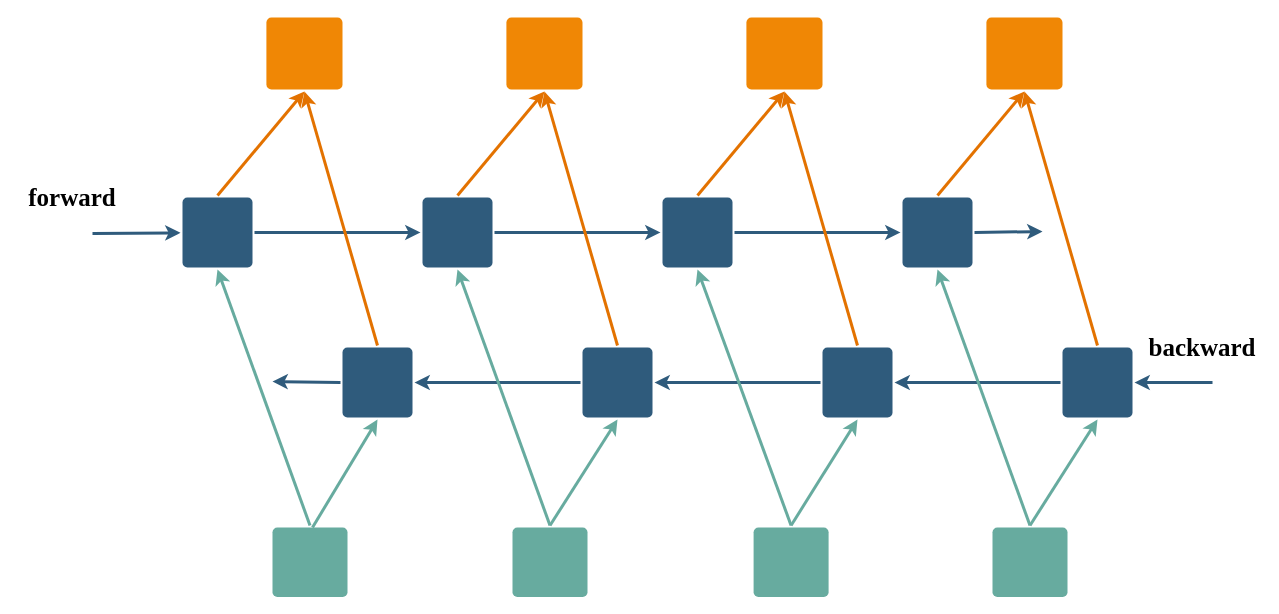
Earlier version of the draw.io diagram BiLSTM原理.drawio (yhx123hero/CyberspaceSecurity_NER). Source tidied: cells renumbered, new cells numbered last; positions are measured from the earlier drawing's top-left corner, leaving out a move shared by most shapes. Both pictures are drawn from the tidied source at 100%, with x=0, y=0 at pixel (22, 17).
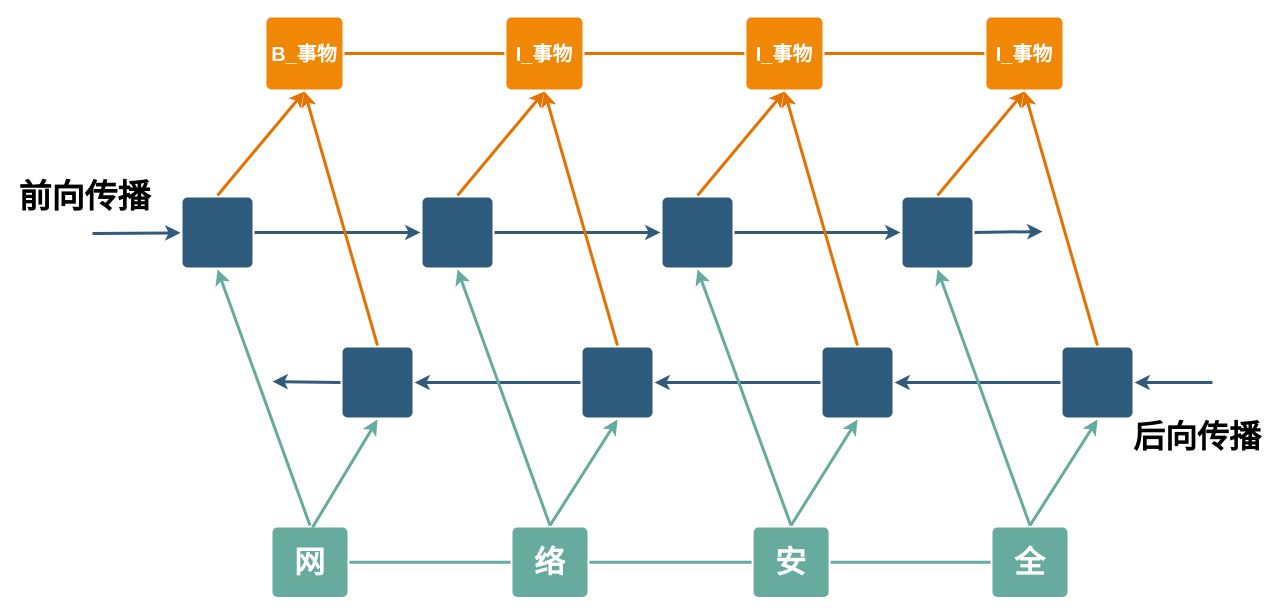
The same diagram, later.

Diff of the diagram source:
```diff
@@
-    <mxCell id="7" style="rounded=1;whiteSpace=wrap;html=1;shadow=0;labelBackgroundColor=none;strokeColor=none;strokeWidth=3;fontFamily=Helvetica;fontSize=14;fontColor=#FFFFFF;align=center;spacing=5;fontStyle=1;arcSize=7;perimeterSpacing=2;fillColor=#67AB9F;" parent="1" vertex="1">
+    <mxCell id="7" value="网" style="rounded=1;whiteSpace=wrap;html=1;shadow=0;labelBackgroundColor=none;strokeColor=none;strokeWidth=3;fontFamily=Helvetica;fontSize=31;fontColor=#FFFFFF;align=center;spacing=5;fontStyle=1;arcSize=7;perimeterSpacing=2;fillColor=#67AB9F;" parent="1" vertex="1">
       <mxGeometry x="250" y="510" width="75" height="69.5" as="geometry" />
     </mxCell>
-    <mxCell id="8" style="rounded=1;whiteSpace=wrap;html=1;shadow=0;labelBackgroundColor=none;strokeColor=none;strokeWidth=3;fillColor=#F08705;fontFamily=Helvetica;fontSize=14;fontColor=#FFFFFF;align=center;spacing=5;fontStyle=1;arcSize=7;perimeterSpacing=2;" parent="1" vertex="1">
+    <mxCell id="8" value="B_事物" style="rounded=1;whiteSpace=wrap;html=1;shadow=0;labelBackgroundColor=none;strokeColor=none;strokeWidth=3;fillColor=#F08705;fontFamily=Helvetica;fontSize=20;fontColor=#FFFFFF;align=center;spacing=5;fontStyle=1;arcSize=7;perimeterSpacing=2;" parent="1" vertex="1">
       <mxGeometry x="243.9" width="76.1" height="72" as="geometry" />
     </mxCell>
@@
-    <mxCell id="19" style="rounded=1;whiteSpace=wrap;html=1;shadow=0;labelBackgroundColor=none;strokeColor=none;strokeWidth=3;fillColor=#F08705;fontFamily=Helvetica;fontSize=14;fontColor=#FFFFFF;align=center;spacing=5;fontStyle=1;arcSize=7;perimeterSpacing=2;" parent="1" vertex="1">
+    <mxCell id="19" value="I_事物" style="rounded=1;whiteSpace=wrap;html=1;shadow=0;labelBackgroundColor=none;strokeColor=none;strokeWidth=3;fillColor=#F08705;fontFamily=Helvetica;fontSize=20;fontColor=#FFFFFF;align=center;spacing=5;fontStyle=1;arcSize=7;perimeterSpacing=2;" parent="1" vertex="1">
       <mxGeometry x="483.9" width="76.1" height="72" as="geometry" />
     </mxCell>
-    <mxCell id="20" style="rounded=1;whiteSpace=wrap;html=1;shadow=0;labelBackgroundColor=none;strokeColor=none;strokeWidth=3;fillColor=#F08705;fontFamily=Helvetica;fontSize=14;fontColor=#FFFFFF;align=center;spacing=5;fontStyle=1;arcSize=7;perimeterSpacing=2;" parent="1" vertex="1">
+    <mxCell id="20" value="I_事物" style="rounded=1;whiteSpace=wrap;html=1;shadow=0;labelBackgroundColor=none;strokeColor=none;strokeWidth=3;fillColor=#F08705;fontFamily=Helvetica;fontSize=20;fontColor=#FFFFFF;align=center;spacing=5;fontStyle=1;arcSize=7;perimeterSpacing=2;" parent="1" vertex="1">
       <mxGeometry x="723.9" width="76.1" height="72" as="geometry" />
     </mxCell>
-    <mxCell id="21" style="rounded=1;whiteSpace=wrap;html=1;shadow=0;labelBackgroundColor=none;strokeColor=none;strokeWidth=3;fillColor=#F08705;fontFamily=Helvetica;fontSize=14;fontColor=#FFFFFF;align=center;spacing=5;fontStyle=1;arcSize=7;perimeterSpacing=2;" parent="1" vertex="1">
+    <mxCell id="21" value="I_事物" style="rounded=1;whiteSpace=wrap;html=1;shadow=0;labelBackgroundColor=none;strokeColor=none;strokeWidth=3;fillColor=#F08705;fontFamily=Helvetica;fontSize=20;fontColor=#FFFFFF;align=center;spacing=5;fontStyle=1;arcSize=7;perimeterSpacing=2;" parent="1" vertex="1">
       <mxGeometry x="963.9" width="76.1" height="72" as="geometry" />
     </mxCell>
-    <mxCell id="22" style="rounded=1;whiteSpace=wrap;html=1;shadow=0;labelBackgroundColor=none;strokeColor=none;strokeWidth=3;fontFamily=Helvetica;fontSize=14;fontColor=#FFFFFF;align=center;spacing=5;fontStyle=1;arcSize=7;perimeterSpacing=2;fillColor=#67AB9F;" parent="1" vertex="1">
+    <mxCell id="22" value="络" style="rounded=1;whiteSpace=wrap;html=1;shadow=0;labelBackgroundColor=none;strokeColor=none;strokeWidth=3;fontFamily=Helvetica;fontSize=31;fontColor=#FFFFFF;align=center;spacing=5;fontStyle=1;arcSize=7;perimeterSpacing=2;fillColor=#67AB9F;" parent="1" vertex="1">
       <mxGeometry x="490" y="510" width="75" height="69.5" as="geometry" />
     </mxCell>
-    <mxCell id="23" style="rounded=1;whiteSpace=wrap;html=1;shadow=0;labelBackgroundColor=none;strokeColor=none;strokeWidth=3;fontFamily=Helvetica;fontSize=14;fontColor=#FFFFFF;align=center;spacing=5;fontStyle=1;arcSize=7;perimeterSpacing=2;fillColor=#67AB9F;" parent="1" vertex="1">
+    <mxCell id="23" value="安" style="rounded=1;whiteSpace=wrap;html=1;shadow=0;labelBackgroundColor=none;strokeColor=none;strokeWidth=3;fontFamily=Helvetica;fontSize=31;fontColor=#FFFFFF;align=center;spacing=5;fontStyle=1;arcSize=7;perimeterSpacing=2;fillColor=#67AB9F;" parent="1" vertex="1">
       <mxGeometry x="731.1" y="510" width="75" height="69.5" as="geometry" />
     </mxCell>
-    <mxCell id="24" style="rounded=1;whiteSpace=wrap;html=1;shadow=0;labelBackgroundColor=none;strokeColor=none;strokeWidth=3;fontFamily=Helvetica;fontSize=14;fontColor=#FFFFFF;align=center;spacing=5;fontStyle=1;arcSize=7;perimeterSpacing=2;fillColor=#67AB9F;" parent="1" vertex="1">
+    <mxCell id="24" value="全" style="rounded=1;whiteSpace=wrap;html=1;shadow=0;labelBackgroundColor=none;strokeColor=none;strokeWidth=3;fontFamily=Helvetica;fontSize=31;fontColor=#FFFFFF;align=center;spacing=5;fontStyle=1;arcSize=7;perimeterSpacing=2;fillColor=#67AB9F;" parent="1" vertex="1">
       <mxGeometry x="970" y="510" width="75" height="69.5" as="geometry" />
     </mxCell>
@@
-    <mxCell id="26" value="backward" style="text;html=1;strokeColor=none;fillColor=none;align=center;verticalAlign=middle;whiteSpace=wrap;rounded=0;fontFamily=Times New Roman;fontSize=25;fontStyle=1;" parent="1" vertex="1">
-      <mxGeometry x="1130" y="310" width="100" height="40" as="geometry" />
+    <mxCell id="26" value="后向传播" style="text;html=1;strokeColor=none;fillColor=none;align=center;verticalAlign=middle;whiteSpace=wrap;rounded=0;fontFamily=Times New Roman;fontSize=32;fontStyle=1;" parent="1" vertex="1">
+      <mxGeometry x="1110" y="400" width="130" height="40" as="geometry" />
     </mxCell>
@@
-    <mxCell id="35" value="forward" style="text;html=1;strokeColor=none;fillColor=none;align=center;verticalAlign=middle;whiteSpace=wrap;rounded=0;fontFamily=Times New Roman;fontSize=25;fontStyle=1;" parent="1" vertex="1">
-      <mxGeometry y="160" width="100" height="40" as="geometry" />
+    <mxCell id="35" value="前向传播" style="text;html=1;strokeColor=none;fillColor=none;align=center;verticalAlign=middle;whiteSpace=wrap;rounded=0;fontFamily=Times New Roman;fontSize=33;fontStyle=1;" parent="1" vertex="1">
+      <mxGeometry x="-5" y="160" width="135" height="40" as="geometry" />
     </mxCell>
@@
+    <mxCell id="46" style="endArrow=none;html=1;strokeWidth=3;fontFamily=Times New Roman;fontSize=20;exitX=1;exitY=0.5;exitDx=0;exitDy=0;entryX=0;entryY=0.5;entryDx=0;entryDy=0;fontColor=#E37200;strokeColor=#E37200;" parent="1" edge="1" source="8" target="19">
+      <mxGeometry relative="1" as="geometry" />
+    </mxCell>
+    <mxCell id="47" style="endArrow=none;html=1;strokeColor=#E37200;strokeWidth=3;fontFamily=Times New Roman;fontSize=20;fontColor=#E37200;exitX=1;exitY=0.5;exitDx=0;exitDy=0;entryX=0;entryY=0.5;entryDx=0;entryDy=0;" parent="1" edge="1" source="19" target="20">
+      <mxGeometry relative="1" as="geometry" />
+    </mxCell>
+    <mxCell id="48" style="endArrow=none;html=1;strokeColor=#E37200;strokeWidth=3;fontFamily=Times New Roman;fontSize=20;fontColor=#E37200;exitX=1;exitY=0.5;exitDx=0;exitDy=0;entryX=0;entryY=0.5;entryDx=0;entryDy=0;" parent="1" edge="1" source="20" target="21">
+      <mxGeometry relative="1" as="geometry" />
+    </mxCell>
+    <mxCell id="49" style="endArrow=none;html=1;strokeWidth=3;fontFamily=Times New Roman;fontSize=20;fontColor=#E37200;exitX=1;exitY=0.5;exitDx=0;exitDy=0;entryX=0;entryY=0.5;entryDx=0;entryDy=0;strokeColor=#67AB9F;" parent="1" edge="1" source="7" target="22">
+      <mxGeometry relative="1" as="geometry" />
+    </mxCell>
+    <mxCell id="50" style="endArrow=none;html=1;strokeColor=#67AB9F;strokeWidth=3;fontFamily=Times New Roman;fontSize=20;fontColor=#E37200;exitX=1;exitY=0.5;exitDx=0;exitDy=0;entryX=0;entryY=0.5;entryDx=0;entryDy=0;" parent="1" edge="1" source="22" target="23">
+      <mxGeometry relative="1" as="geometry" />
+    </mxCell>
+    <mxCell id="51" style="endArrow=none;html=1;strokeColor=#67AB9F;strokeWidth=3;fontFamily=Times New Roman;fontSize=20;fontColor=#E37200;exitX=1;exitY=0.5;exitDx=0;exitDy=0;entryX=0;entryY=0.5;entryDx=0;entryDy=0;" parent="1" edge="1" source="23" target="24">
+      <mxGeometry relative="1" as="geometry" />
+    </mxCell>
```
